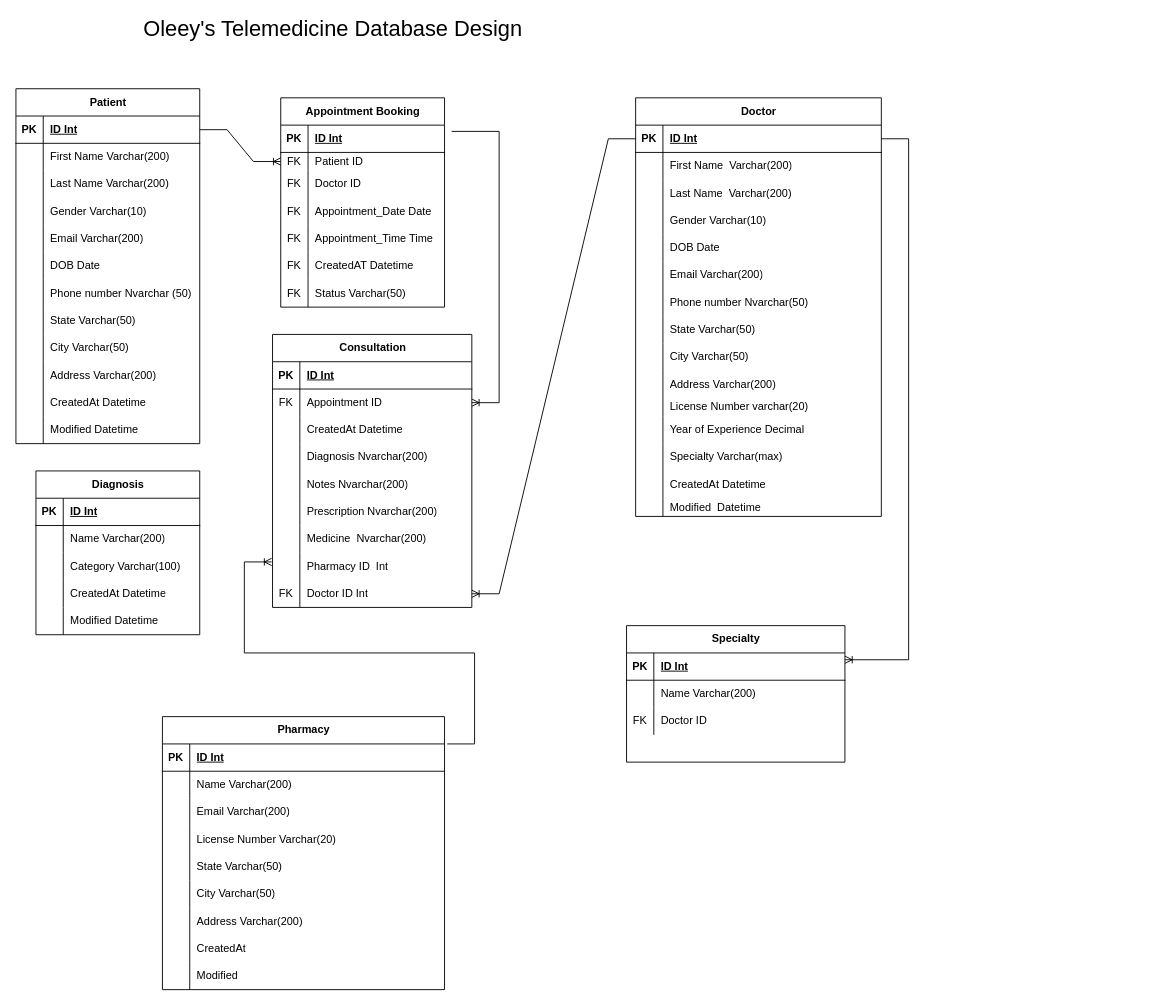
The draw.io diagram Telemedicine Db.drawio in Mzbeth02/Db_Design, before the edit. Source tidied: cells renumbered, new cells numbered last; positions are measured from the earlier drawing's top-left corner, leaving out a move shared by most shapes. Both pictures are drawn from the tidied source at 91%, with x=0, y=0 at pixel (15, 15).
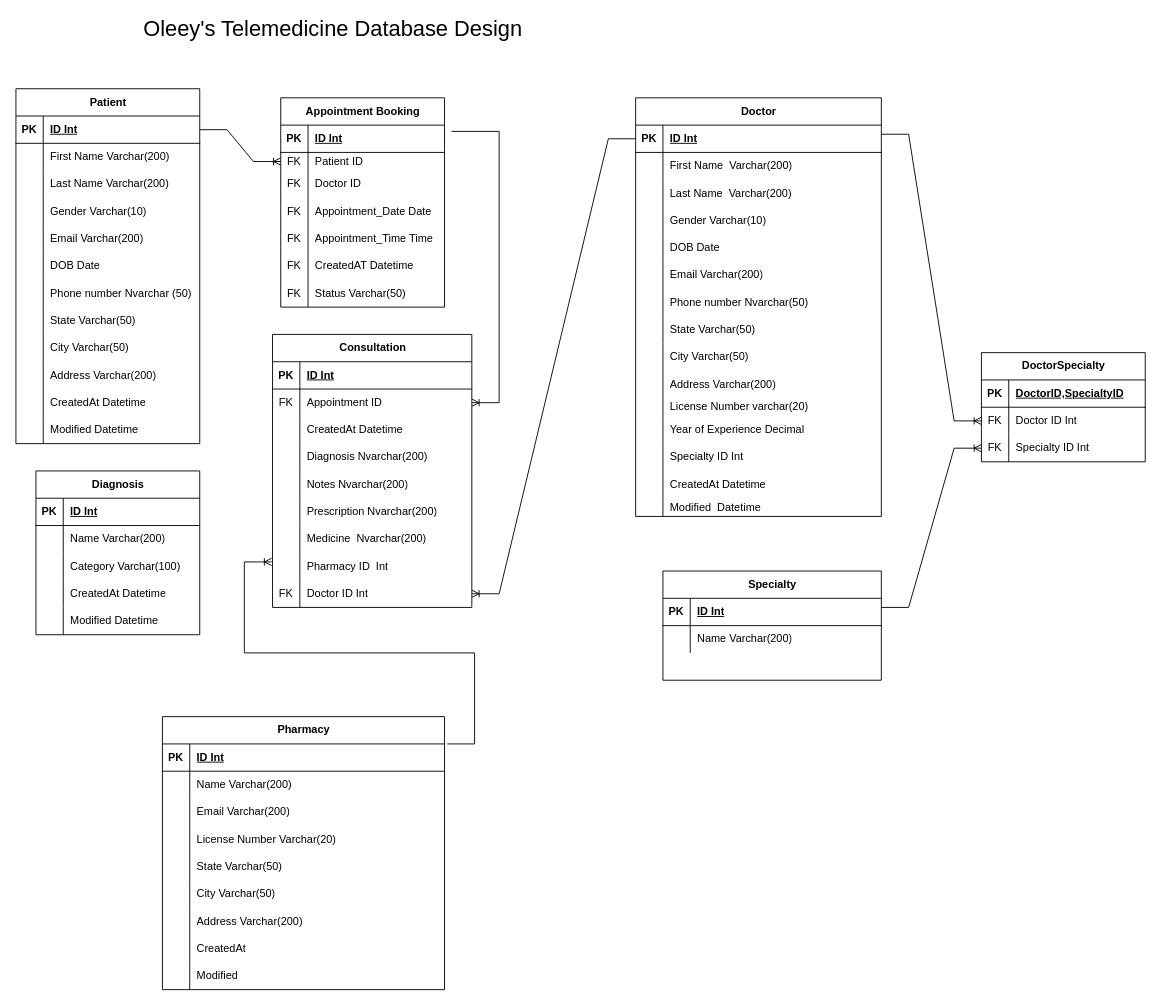
The same page after the edit.

The change refers to these unchanged cells:
```xml
<mxCell id="3" style="shape=tableRow;horizontal=0;startSize=0;swimlaneHead=0;swimlaneBody=0;fillColor=none;points=[[0,0.5],[1,0.5]];portConstraint=eastwest;top=0;left=0;right=0;bottom=1;" parent="2" vertex="1">
  <mxGeometry y="30" width="270" height="30" as="geometry" />
</mxCell>
<mxCell id="39" style="shape=tableRow;horizontal=0;startSize=0;swimlaneHead=0;swimlaneBody=0;fillColor=none;top=0;left=0;right=0;bottom=0;" parent="2" vertex="1">
  <mxGeometry y="380" width="270" height="30" as="geometry" />
</mxCell>
```

What changed in the source:
```diff
@@
-    <mxCell id="41" value="Specialty Varchar(max)" style="shape=partialRectangle;fillColor=none;top=0;left=0;bottom=0;right=0;align=left;spacingLeft=6;overflow=hidden;whiteSpace=wrap;html=1;" parent="39" vertex="1">
+    <mxCell id="41" value="Specialty ID Int" style="shape=partialRectangle;fillColor=none;top=0;left=0;bottom=0;right=0;align=left;spacingLeft=6;overflow=hidden;whiteSpace=wrap;html=1;" parent="39" vertex="1">
       <mxGeometry x="30" width="240" height="30" as="geometry" />
     </mxCell>
@@
     <mxCell id="124" value="Specialty" style="shape=table;startSize=30;childLayout=tableLayout;rowLines=0;fontStyle=1;align=center;html=1;" parent="1" vertex="1">
-      <mxGeometry x="671" y="670" width="240" height="150" as="geometry" />
+      <mxGeometry x="711" y="610" width="240" height="120" as="geometry" />
     </mxCell>
@@
-    <mxCell id="131" style="shape=tableRow;horizontal=0;startSize=0;swimlaneHead=0;swimlaneBody=0;fillColor=none;top=0;left=0;right=0;bottom=0;" parent="124" vertex="1">
-      <mxGeometry y="90" width="240" height="30" as="geometry" />
-    </mxCell>
-    <mxCell id="132" value="FK" style="shape=partialRectangle;fillColor=none;top=0;left=0;bottom=0;right=0;overflow=hidden;whiteSpace=wrap;html=1;" parent="131" vertex="1">
-      <mxGeometry width="30" height="30" as="geometry" />
-    </mxCell>
-    <mxCell id="133" value="Doctor ID" style="shape=partialRectangle;fillColor=none;top=0;left=0;bottom=0;right=0;align=left;spacingLeft=6;overflow=hidden;whiteSpace=wrap;html=1;" parent="131" vertex="1">
-      <mxGeometry x="30" width="210" height="30" as="geometry" />
-    </mxCell>
@@
-    <mxCell id="135" style="edgeStyle=entityRelationEdgeStyle;fontSize=12;html=1;endArrow=ERoneToMany;rounded=0;entryX=1;entryY=0.25;entryDx=0;entryDy=0;" parent="1" edge="1" source="3" target="124">
-      <mxGeometry relative="1" as="geometry">
-        <Array as="points">
-          <mxPoint x="888" y="100" />
-          <mxPoint x="888" y="100" />
-        </Array>
-      </mxGeometry>
-    </mxCell>
@@
+    <mxCell id="195" value="DoctorSpecialty" style="shape=table;startSize=30;childLayout=tableLayout;rowLines=0;fontStyle=1;align=center;html=1;" parent="1" vertex="1">
+      <mxGeometry x="1061" y="370" width="180" height="120" as="geometry" />
+    </mxCell>
+    <mxCell id="196" style="shape=tableRow;horizontal=0;startSize=0;swimlaneHead=0;swimlaneBody=0;fillColor=none;top=0;left=0;right=0;bottom=1;" parent="195" vertex="1">
+      <mxGeometry y="30" width="180" height="30" as="geometry" />
+    </mxCell>
+    <mxCell id="197" value="PK" style="shape=partialRectangle;fillColor=none;top=0;left=0;bottom=0;right=0;fontStyle=1;overflow=hidden;whiteSpace=wrap;html=1;" parent="196" vertex="1">
+      <mxGeometry width="30" height="30" as="geometry" />
+    </mxCell>
+    <mxCell id="198" value="DoctorID,SpecialtyID" style="shape=partialRectangle;fillColor=none;top=0;left=0;bottom=0;right=0;align=left;spacingLeft=6;fontStyle=5;overflow=hidden;whiteSpace=wrap;html=1;" parent="196" vertex="1">
+      <mxGeometry x="30" width="150" height="30" as="geometry" />
+    </mxCell>
+    <mxCell id="199" style="shape=tableRow;horizontal=0;startSize=0;swimlaneHead=0;swimlaneBody=0;fillColor=none;points=[[0,0.5],[1,0.5]];portConstraint=eastwest;top=0;left=0;right=0;bottom=0;" parent="195" vertex="1">
+      <mxGeometry y="60" width="180" height="30" as="geometry" />
+    </mxCell>
+    <mxCell id="200" value="FK" style="shape=partialRectangle;fillColor=none;top=0;left=0;bottom=0;right=0;overflow=hidden;whiteSpace=wrap;html=1;" parent="199" vertex="1">
+      <mxGeometry width="30" height="30" as="geometry" />
+    </mxCell>
+    <mxCell id="201" value="Doctor ID Int" style="shape=partialRectangle;fillColor=none;top=0;left=0;bottom=0;right=0;align=left;spacingLeft=6;overflow=hidden;whiteSpace=wrap;html=1;" parent="199" vertex="1">
+      <mxGeometry x="30" width="150" height="30" as="geometry" />
+    </mxCell>
+    <mxCell id="202" style="shape=tableRow;horizontal=0;startSize=0;swimlaneHead=0;swimlaneBody=0;fillColor=none;points=[[0,0.5],[1,0.5]];portConstraint=eastwest;top=0;left=0;right=0;bottom=0;" parent="195" vertex="1">
+      <mxGeometry y="90" width="180" height="30" as="geometry" />
+    </mxCell>
+    <mxCell id="203" value="FK" style="shape=partialRectangle;fillColor=none;top=0;left=0;bottom=0;right=0;overflow=hidden;whiteSpace=wrap;html=1;" parent="202" vertex="1">
+      <mxGeometry width="30" height="30" as="geometry" />
+    </mxCell>
+    <mxCell id="204" value="Specialty ID Int" style="shape=partialRectangle;fillColor=none;top=0;left=0;bottom=0;right=0;align=left;spacingLeft=6;overflow=hidden;whiteSpace=wrap;html=1;" parent="202" vertex="1">
+      <mxGeometry x="30" width="150" height="30" as="geometry" />
+    </mxCell>
+    <mxCell id="205" style="edgeStyle=entityRelationEdgeStyle;fontSize=12;html=1;endArrow=ERoneToMany;rounded=0;entryX=0;entryY=0.5;entryDx=0;entryDy=0;" parent="1" edge="1" target="202">
+      <mxGeometry relative="1" as="geometry">
+        <mxPoint x="951" y="650" as="sourcePoint" />
+      </mxGeometry>
+    </mxCell>
+    <mxCell id="206" style="edgeStyle=entityRelationEdgeStyle;fontSize=12;html=1;endArrow=ERoneToMany;rounded=0;entryX=0;entryY=0.5;entryDx=0;entryDy=0;" parent="1" edge="1" target="199">
+      <mxGeometry relative="1" as="geometry">
+        <mxPoint x="951" y="130" as="sourcePoint" />
+        <Array as="points">
+          <mxPoint x="1261" y="10" />
+        </Array>
+      </mxGeometry>
+    </mxCell>
```
